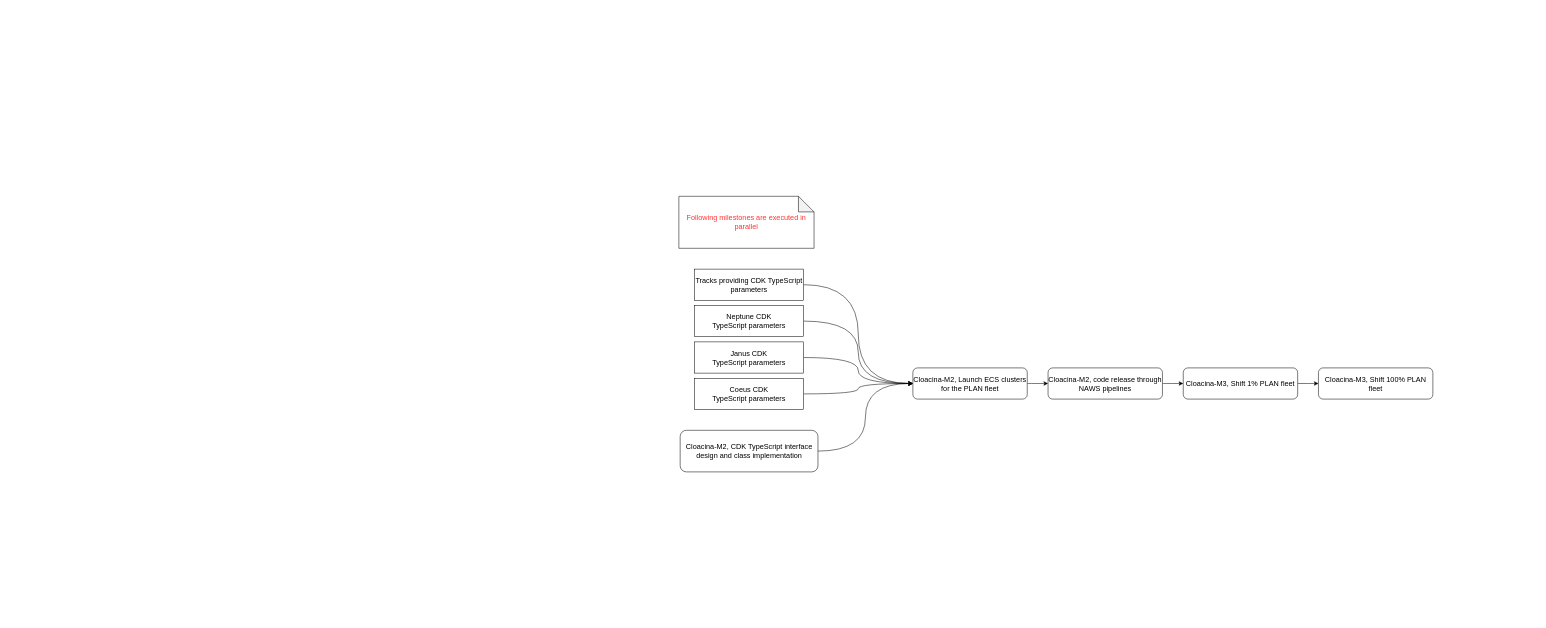
Above: page "dependency" (17 of 17) of NAWS_ready_two_pipelines.drawio in PQMeng/draw.io-source-files (draw.io), before the change. Source tidied: cells renumbered, new cells numbered last; positions are measured from the earlier drawing's top-left corner, leaving out a move shared by most shapes. Both pictures are drawn from the tidied source at 52%, with x=0, y=0 at pixel (679, 196).
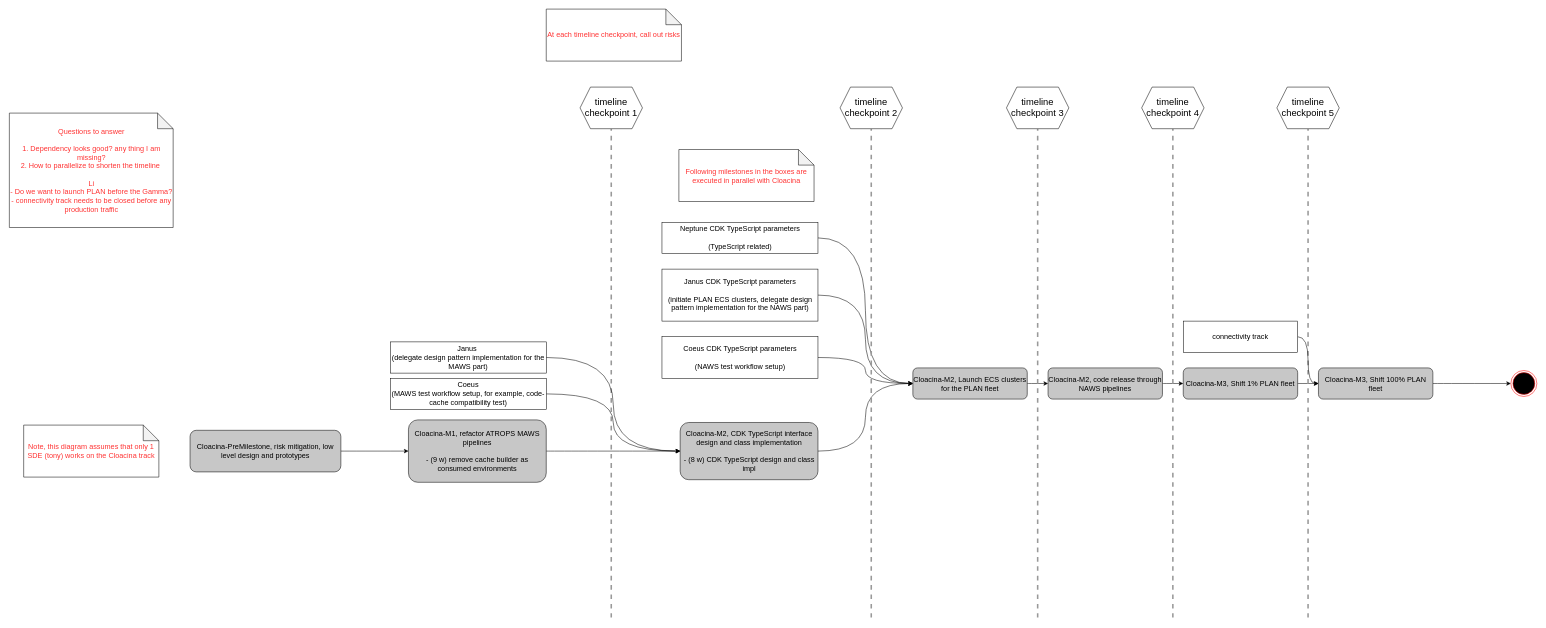
Above is the later version.

Change to the diagram source:
```diff
@@
-    <mxCell id="3" value="Cloacina-M2, CDK TypeScript interface design and class implementation" style="rounded=1;whiteSpace=wrap;html=1;fontSize=14;" parent="1" vertex="1">
-      <mxGeometry x="2.5" y="450" width="265" height="80" as="geometry" />
+    <mxCell id="3" value="Cloacina-M2, CDK TypeScript interface design and class implementation&lt;br&gt;&lt;br&gt;- (8 w) CDK TypeScript design and class impl" style="rounded=1;whiteSpace=wrap;html=1;fontSize=14;fillColor=#C7C7C7;" parent="1" vertex="1">
+      <mxGeometry x="2.5" y="435" width="265" height="110" as="geometry" />
     </mxCell>
@@
-    <mxCell id="5" value="Neptune CDK TypeScript&amp;nbsp;parameters" style="rounded=0;whiteSpace=wrap;html=1;fontSize=14;" parent="1" vertex="1">
-      <mxGeometry x="30" y="210" width="210" height="60" as="geometry" />
+    <mxCell id="5" value="Neptune CDK TypeScript&amp;nbsp;parameters&lt;br&gt;&lt;br&gt;(TypeScript related)" style="rounded=0;whiteSpace=wrap;html=1;fontSize=14;" parent="1" vertex="1">
+      <mxGeometry x="-32.5" y="50" width="300" height="60" as="geometry" />
     </mxCell>
@@
-    <mxCell id="7" value="Janus CDK TypeScript&amp;nbsp;parameters" style="rounded=0;whiteSpace=wrap;html=1;fontSize=14;" parent="1" vertex="1">
-      <mxGeometry x="30" y="280" width="210" height="60" as="geometry" />
+    <mxCell id="7" value="Janus CDK TypeScript&amp;nbsp;parameters&lt;br&gt;&lt;br&gt;(initiate PLAN ECS clusters, delegate design pattern implementation for the NAWS part)" style="rounded=0;whiteSpace=wrap;html=1;fontSize=14;" parent="1" vertex="1">
+      <mxGeometry x="-32.5" y="140" width="300" height="100" as="geometry" />
     </mxCell>
@@
-    <mxCell id="9" value="Coeus CDK TypeScript&amp;nbsp;parameters" style="rounded=0;whiteSpace=wrap;html=1;fontSize=14;" parent="1" vertex="1">
-      <mxGeometry x="30" y="350" width="210" height="60" as="geometry" />
+    <mxCell id="9" value="Coeus CDK TypeScript&amp;nbsp;parameters&lt;br&gt;&lt;br&gt;(NAWS test workflow setup)" style="rounded=0;whiteSpace=wrap;html=1;fontSize=14;" parent="1" vertex="1">
+      <mxGeometry x="-32.5" y="270" width="300" height="80" as="geometry" />
     </mxCell>
@@
-    <mxCell id="11" value="Cloacina-M2, Launch ECS clusters for the PLAN fleet" style="rounded=1;whiteSpace=wrap;html=1;fontSize=14;" parent="1" vertex="1">
+    <mxCell id="11" value="Cloacina-M2, Launch ECS clusters for the PLAN fleet" style="rounded=1;whiteSpace=wrap;html=1;fontSize=14;fillColor=#C7C7C7;" parent="1" vertex="1">
       <mxGeometry x="450" y="330" width="220" height="60" as="geometry" />
     </mxCell>
@@
-    <mxCell id="13" value="Cloacina-M3,&amp;nbsp;&lt;span style=&quot;font-size: 14px;&quot;&gt;Shift 1% PLAN fleet&lt;/span&gt;" style="rounded=1;whiteSpace=wrap;html=1;fontSize=14;" parent="1" vertex="1">
+    <mxCell id="13" value="Cloacina-M3,&amp;nbsp;&lt;span style=&quot;font-size: 14px;&quot;&gt;Shift 1% PLAN fleet&lt;/span&gt;" style="rounded=1;whiteSpace=wrap;html=1;fontSize=14;fillColor=#C7C7C7;" parent="1" vertex="1">
       <mxGeometry x="970" y="330" width="220" height="60" as="geometry" />
     </mxCell>
+    <mxCell id="20" style="edgeStyle=orthogonalEdgeStyle;curved=1;rounded=0;jettySize=auto;html=1;exitX=1;exitY=0.5;exitDx=0;exitDy=0;entryX=0;entryY=0.5;entryDx=0;entryDy=0;fontSize=18;fontColor=#000000;strokeColor=#000000;strokeWidth=1;" parent="1" edge="1" source="14" target="38">
+      <mxGeometry relative="1" as="geometry" />
+    </mxCell>
-    <mxCell id="14" value="Cloacina-M3,&amp;nbsp;&lt;span style=&quot;font-size: 14px;&quot;&gt;Shift 100% PLAN fleet&lt;/span&gt;" style="rounded=1;whiteSpace=wrap;html=1;fontSize=14;" parent="1" vertex="1">
+    <mxCell id="14" value="Cloacina-M3,&amp;nbsp;&lt;span style=&quot;font-size: 14px;&quot;&gt;Shift 100% PLAN fleet&lt;/span&gt;" style="rounded=1;whiteSpace=wrap;html=1;fontSize=14;fillColor=#C7C7C7;" parent="1" vertex="1">
       <mxGeometry x="1230" y="330" width="220" height="60" as="geometry" />
     </mxCell>
@@
-    <mxCell id="16" value="Cloacina-M2, code release through NAWS pipelines" style="rounded=1;whiteSpace=wrap;html=1;fontSize=14;" parent="1" vertex="1">
+    <mxCell id="16" value="Cloacina-M2, code release through NAWS pipelines" style="rounded=1;whiteSpace=wrap;html=1;fontSize=14;fillColor=#C7C7C7;" parent="1" vertex="1">
       <mxGeometry x="710" y="330" width="220" height="60" as="geometry" />
     </mxCell>
-    <mxCell id="17" style="edgeStyle=orthogonalEdgeStyle;curved=1;rounded=0;jettySize=auto;html=1;exitX=1;exitY=0.5;exitDx=0;exitDy=0;entryX=0;entryY=0.5;entryDx=0;entryDy=0;fontSize=14;" parent="1" edge="1" source="18" target="11">
-      <mxGeometry relative="1" as="geometry" />
-    </mxCell>
-    <mxCell id="18" value="Tracks providing CDK TypeScript parameters" style="rounded=0;whiteSpace=wrap;html=1;fontSize=14;" parent="1" vertex="1">
-      <mxGeometry x="30" y="140" width="210" height="60" as="geometry" />
-    </mxCell>
-    <mxCell id="19" value="Following milestones are executed in parallel" style="shape=note;whiteSpace=wrap;html=1;backgroundOutline=1;darkOpacity=0.05;fontColor=#FF3333;fontSize=14;" parent="1" vertex="1">
-      <mxGeometry width="260" height="100" as="geometry" />
+    <mxCell id="19" value="Following milestones in the boxes are executed in parallel with Cloacina" style="shape=note;whiteSpace=wrap;html=1;backgroundOutline=1;darkOpacity=0.05;fontColor=#FF3333;fontSize=14;" parent="1" vertex="1">
+      <mxGeometry y="-90" width="260" height="100" as="geometry" />
     </mxCell>
+    <mxCell id="21" style="edgeStyle=orthogonalEdgeStyle;curved=1;rounded=0;jettySize=auto;html=1;exitX=1;exitY=0.5;exitDx=0;exitDy=0;entryX=0;entryY=0.5;entryDx=0;entryDy=0;fontSize=18;fontColor=#000000;strokeColor=#000000;strokeWidth=1;" parent="1" edge="1" source="22" target="3">
+      <mxGeometry relative="1" as="geometry" />
+    </mxCell>
+    <mxCell id="22" value="Cloacina-M1, refactor ATROPS MAWS pipelines&lt;br&gt;&lt;br&gt;- (9 w) remove cache builder as consumed environments" style="rounded=1;whiteSpace=wrap;html=1;fontSize=14;fillColor=#C7C7C7;" parent="1" vertex="1">
+      <mxGeometry x="-520" y="430" width="265" height="120" as="geometry" />
+    </mxCell>
+    <mxCell id="23" style="group;" parent="1" vertex="1">
+      <mxGeometry x="-190" y="-210" width="120" height="1020" as="geometry" />
+    </mxCell>
+    <mxCell id="24" style="endArrow=none;dashed=1;html=1;rounded=0;fontSize=14;fontColor=#FF3333;curved=1;strokeWidth=3;strokeColor=#999999;entryX=0.5;entryY=1;entryDx=0;entryDy=0;" parent="23" edge="1" target="25">
+      <mxGeometry relative="1" as="geometry">
+        <mxPoint x="60" y="1020" as="sourcePoint" />
+      </mxGeometry>
+    </mxCell>
+    <mxCell id="25" value="timeline checkpoint 1" style="shape=hexagon;perimeter=hexagonPerimeter2;whiteSpace=wrap;html=1;fixedSize=1;fontSize=18;fontColor=#000000;" parent="23" vertex="1">
+      <mxGeometry width="120" height="80" as="geometry" />
+    </mxCell>
+    <mxCell id="26" style="group;" parent="1" vertex="1">
+      <mxGeometry x="310" y="-210" width="120" height="1020" as="geometry" />
+    </mxCell>
+    <mxCell id="27" style="endArrow=none;dashed=1;html=1;rounded=0;fontSize=14;fontColor=#FF3333;curved=1;strokeWidth=3;strokeColor=#999999;entryX=0.5;entryY=1;entryDx=0;entryDy=0;" parent="26" edge="1" target="28">
+      <mxGeometry relative="1" as="geometry">
+        <mxPoint x="60" y="1020" as="sourcePoint" />
+      </mxGeometry>
+    </mxCell>
+    <mxCell id="28" value="timeline checkpoint 2" style="shape=hexagon;perimeter=hexagonPerimeter2;whiteSpace=wrap;html=1;fixedSize=1;fontSize=18;fontColor=#000000;" parent="26" vertex="1">
+      <mxGeometry width="120" height="80" as="geometry" />
+    </mxCell>
+    <mxCell id="29" style="group;" parent="1" vertex="1">
+      <mxGeometry x="630" y="-210" width="120" height="1020" as="geometry" />
+    </mxCell>
+    <mxCell id="30" style="endArrow=none;dashed=1;html=1;rounded=0;fontSize=14;fontColor=#FF3333;curved=1;strokeWidth=3;strokeColor=#999999;entryX=0.5;entryY=1;entryDx=0;entryDy=0;" parent="29" edge="1" target="31">
+      <mxGeometry relative="1" as="geometry">
+        <mxPoint x="60" y="1020" as="sourcePoint" />
+      </mxGeometry>
+    </mxCell>
+    <mxCell id="31" value="timeline checkpoint 3" style="shape=hexagon;perimeter=hexagonPerimeter2;whiteSpace=wrap;html=1;fixedSize=1;fontSize=18;fontColor=#000000;" parent="29" vertex="1">
+      <mxGeometry width="120" height="80" as="geometry" />
+    </mxCell>
+    <mxCell id="32" style="group;" parent="1" vertex="1">
+      <mxGeometry x="890" y="-210" width="120" height="1020" as="geometry" />
+    </mxCell>
+    <mxCell id="33" style="endArrow=none;dashed=1;html=1;rounded=0;fontSize=14;fontColor=#FF3333;curved=1;strokeWidth=3;strokeColor=#999999;entryX=0.5;entryY=1;entryDx=0;entryDy=0;" parent="32" edge="1" target="34">
+      <mxGeometry relative="1" as="geometry">
+        <mxPoint x="60" y="1020" as="sourcePoint" />
+      </mxGeometry>
+    </mxCell>
+    <mxCell id="34" value="timeline checkpoint 4" style="shape=hexagon;perimeter=hexagonPerimeter2;whiteSpace=wrap;html=1;fixedSize=1;fontSize=18;fontColor=#000000;" parent="32" vertex="1">
+      <mxGeometry width="120" height="80" as="geometry" />
+    </mxCell>
+    <mxCell id="35" style="group;" parent="1" vertex="1">
+      <mxGeometry x="1150" y="-210" width="120" height="1020" as="geometry" />
+    </mxCell>
+    <mxCell id="36" style="endArrow=none;dashed=1;html=1;rounded=0;fontSize=14;fontColor=#FF3333;curved=1;strokeWidth=3;strokeColor=#999999;entryX=0.5;entryY=1;entryDx=0;entryDy=0;" parent="35" edge="1" target="37">
+      <mxGeometry relative="1" as="geometry">
+        <mxPoint x="60" y="1020" as="sourcePoint" />
+      </mxGeometry>
+    </mxCell>
+    <mxCell id="37" value="timeline checkpoint 5" style="shape=hexagon;perimeter=hexagonPerimeter2;whiteSpace=wrap;html=1;fixedSize=1;fontSize=18;fontColor=#000000;" parent="35" vertex="1">
+      <mxGeometry width="120" height="80" as="geometry" />
+    </mxCell>
+    <mxCell id="38" style="ellipse;html=1;shape=endState;fillColor=#000000;strokeColor=#ff0000;fontSize=18;fontColor=#000000;" parent="1" vertex="1">
+      <mxGeometry x="1600" y="335" width="50" height="50" as="geometry" />
+    </mxCell>
+    <mxCell id="39" style="edgeStyle=orthogonalEdgeStyle;curved=1;rounded=0;jettySize=auto;html=1;exitX=1;exitY=0.5;exitDx=0;exitDy=0;entryX=0;entryY=0.5;entryDx=0;entryDy=0;fontSize=18;fontColor=#000000;strokeColor=#000000;strokeWidth=1;" parent="1" edge="1" source="40" target="14">
+      <mxGeometry relative="1" as="geometry" />
+    </mxCell>
+    <mxCell id="40" value="connectivity track" style="rounded=0;whiteSpace=wrap;html=1;fontSize=14;" parent="1" vertex="1">
+      <mxGeometry x="970" y="240" width="220" height="60" as="geometry" />
+    </mxCell>
+    <mxCell id="41" style="edgeStyle=orthogonalEdgeStyle;curved=1;rounded=0;jettySize=auto;html=1;exitX=1;exitY=0.5;exitDx=0;exitDy=0;entryX=0;entryY=0.5;entryDx=0;entryDy=0;fontSize=18;fontColor=#000000;strokeColor=#000000;strokeWidth=1;" parent="1" edge="1" source="42" target="3">
+      <mxGeometry relative="1" as="geometry" />
+    </mxCell>
+    <mxCell id="42" value="Janus&amp;nbsp;&lt;br&gt;(delegate design pattern implementation for the MAWS part)" style="rounded=0;whiteSpace=wrap;html=1;fontSize=14;" parent="1" vertex="1">
+      <mxGeometry x="-555" y="280" width="300" height="60" as="geometry" />
+    </mxCell>
+    <mxCell id="43" style="edgeStyle=orthogonalEdgeStyle;curved=1;rounded=0;jettySize=auto;html=1;exitX=1;exitY=0.5;exitDx=0;exitDy=0;entryX=0;entryY=0.5;entryDx=0;entryDy=0;fontSize=18;fontColor=#000000;strokeColor=#000000;strokeWidth=1;" parent="1" edge="1" source="44" target="3">
+      <mxGeometry relative="1" as="geometry" />
+    </mxCell>
+    <mxCell id="44" value="Coeus&lt;br&gt;(MAWS test workflow setup, for example, code-cache compatibility test)" style="rounded=0;whiteSpace=wrap;html=1;fontSize=14;" parent="1" vertex="1">
+      <mxGeometry x="-555" y="350" width="300" height="60" as="geometry" />
+    </mxCell>
+    <mxCell id="45" value="At each timeline checkpoint, call out risks" style="shape=note;whiteSpace=wrap;html=1;backgroundOutline=1;darkOpacity=0.05;fontColor=#FF3333;fontSize=14;" parent="1" vertex="1">
+      <mxGeometry x="-255" y="-360" width="260" height="100" as="geometry" />
+    </mxCell>
+    <mxCell id="46" style="edgeStyle=orthogonalEdgeStyle;curved=1;rounded=0;jettySize=auto;html=1;exitX=1;exitY=0.5;exitDx=0;exitDy=0;fontSize=18;fontColor=#000000;strokeColor=#000000;strokeWidth=1;" parent="1" edge="1" source="47" target="22">
+      <mxGeometry relative="1" as="geometry" />
+    </mxCell>
+    <mxCell id="47" value="Cloacina-PreMilestone, risk mitigation, low level design and prototypes" style="rounded=1;whiteSpace=wrap;html=1;fontSize=14;fillColor=#C7C7C7;" parent="1" vertex="1">
+      <mxGeometry x="-940" y="450" width="290" height="80" as="geometry" />
+    </mxCell>
+    <mxCell id="48" value="Note, this diagram assumes that only 1 SDE (tony) works on the Cloacina track" style="shape=note;whiteSpace=wrap;html=1;backgroundOutline=1;darkOpacity=0.05;fontColor=#FF3333;fontSize=14;" parent="1" vertex="1">
+      <mxGeometry x="-1260" y="440" width="260" height="100" as="geometry" />
+    </mxCell>
+    <mxCell id="49" value="Questions to answer&lt;br&gt;&lt;br&gt;1. Dependency looks good? any thing I am missing?&lt;br&gt;2. How to parallelize to shorten the timeline&amp;nbsp;&lt;br&gt;&lt;br&gt;Li&lt;br&gt;- Do we want to launch PLAN before the Gamma?&lt;br&gt;- connectivity track needs to be closed before any production traffic" style="shape=note;whiteSpace=wrap;html=1;backgroundOutline=1;darkOpacity=0.05;fontColor=#FF3333;fontSize=14;" parent="1" vertex="1">
+      <mxGeometry x="-1287.5" y="-160" width="315" height="220" as="geometry" />
+    </mxCell>
```
